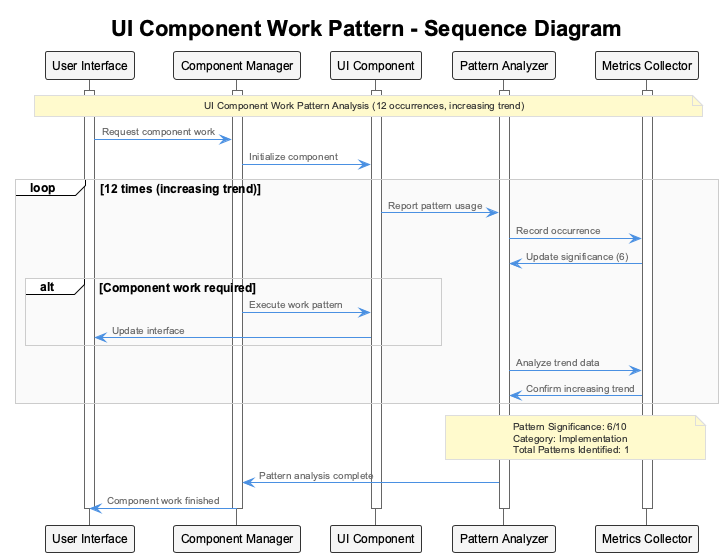
Earlier version of the PlantUML export knowledge-management/insights/images/ui-component-work-pattern-sequence.png (fwornle/coding).
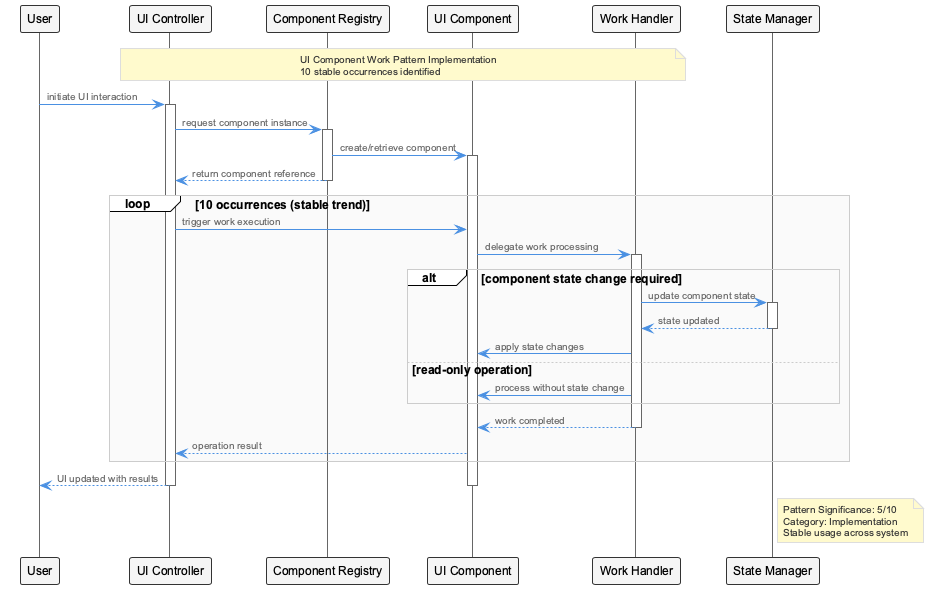
After the change.

Diff of the diagram source:
```diff
@@ -1,48 +1,49 @@
 @startuml
 !include /Users/q284340/Agentic/coding/docs/puml/_standard-style.puml
 
-title UI Component Work Pattern - Sequence Diagram
+participant "User" as U
+participant "UI Controller" as UC
+participant "Component Registry" as CR
+participant "UI Component" as UIC
+participant "Work Handler" as WH
+participant "State Manager" as SM
 
-participant "User Interface" as UI
-participant "Component Manager" as CM
-participant "UI Component" as UC
-participant "Pattern Analyzer" as PA
-participant "Metrics Collector" as MC
+note over UC, WH : UI Component Work Pattern Implementation\n10 stable occurrences identified
 
-activate UI
-activate CM
+U -> UC : initiate UI interaction
 activate UC
-activate PA
-activate MC
 
-note over UI, MC : UI Component Work Pattern Analysis (12 occurrences, increasing trend)
+UC -> CR : request component instance
+activate CR
+CR -> UIC : create/retrieve component
+activate UIC
+CR --> UC : return component reference
+deactivate CR
 
-UI -> CM : Request component work
-CM -> UC : Initialize component
+loop 10 occurrences (stable trend)
+    UC -> UIC : trigger work execution
+    UIC -> WH : delegate work processing
+    activate WH
 
-loop 12 times (increasing trend)
-    UC -> PA : Report pattern usage
-    PA -> MC : Record occurrence
-    MC -> PA : Update significance (6)
-
-    alt Component work required
-        CM -> UC : Execute work pattern
-        UC -> UI : Update interface
+    alt component state change required
+        WH -> SM : update component state
+        activate SM
+        SM --> WH : state updated
+        deactivate SM
+        WH -> UIC : apply state changes
+    else read-only operation
+        WH -> UIC : process without state change
     end
 
-    PA -> MC : Analyze trend data
-    MC -> PA : Confirm increasing trend
+    WH --> UIC : work completed
+    deactivate WH
+    UIC --> UC : operation result
 end
 
-note over PA, MC : Pattern Significance: 6/10\nCategory: Implementation\nTotal Patterns Identified: 1
+UC --> U : UI updated with results
+deactivate UIC
+deactivate UC
 
-PA -> CM : Pattern analysis complete
-CM -> UI : Component work finished
-
-deactivate MC
-deactivate PA
-deactivate UC
-deactivate CM
-deactivate UI
+note right of SM : Pattern Significance: 5/10\nCategory: Implementation\nStable usage across system
 
 @enduml
```
